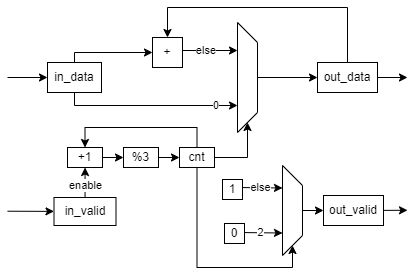
Above: A-Eye_FPGA/diagrams/out/archi_v2/adder_3_clk.drawio.png in ngisedsysle/A-Eye (draw.io), before the change. Source tidied: cells renumbered, new cells last; positions are measured from the earlier drawing's top-left corner, leaving out a move shared by most shapes.
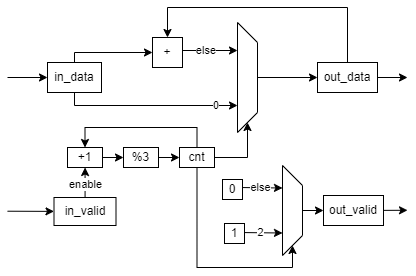
Above is the later version.

Commit message:
fix out_valid swap

Change to the diagram source:
```diff
@@ -117,10 +117,10 @@
     <mxCell id="26" value="enable" style="endArrow=classic;html=1;rounded=0;edgeStyle=elbowEdgeStyle;" parent="1" edge="1" source="30" target="23">
       <mxGeometry x="-0.18" relative="1" as="geometry" />
     </mxCell>
-    <mxCell id="27" value="1" style="whiteSpace=wrap;html=1;" parent="1" vertex="1">
+    <mxCell id="27" value="0" style="whiteSpace=wrap;html=1;" parent="1" vertex="1">
       <mxGeometry x="215" y="182" width="20" height="20" as="geometry" />
     </mxCell>
-    <mxCell id="28" value="0" style="whiteSpace=wrap;html=1;" parent="1" vertex="1">
+    <mxCell id="28" value="1" style="whiteSpace=wrap;html=1;" parent="1" vertex="1">
       <mxGeometry x="217" y="226" width="20" height="20" as="geometry" />
     </mxCell>
     <mxCell id="29" style="endArrow=classic;html=1;rounded=0;elbow=vertical;entryX=1;entryY=0.5;entryDx=0;entryDy=0;edgeStyle=elbowEdgeStyle;" parent="1" edge="1" source="21" target="14">
```
